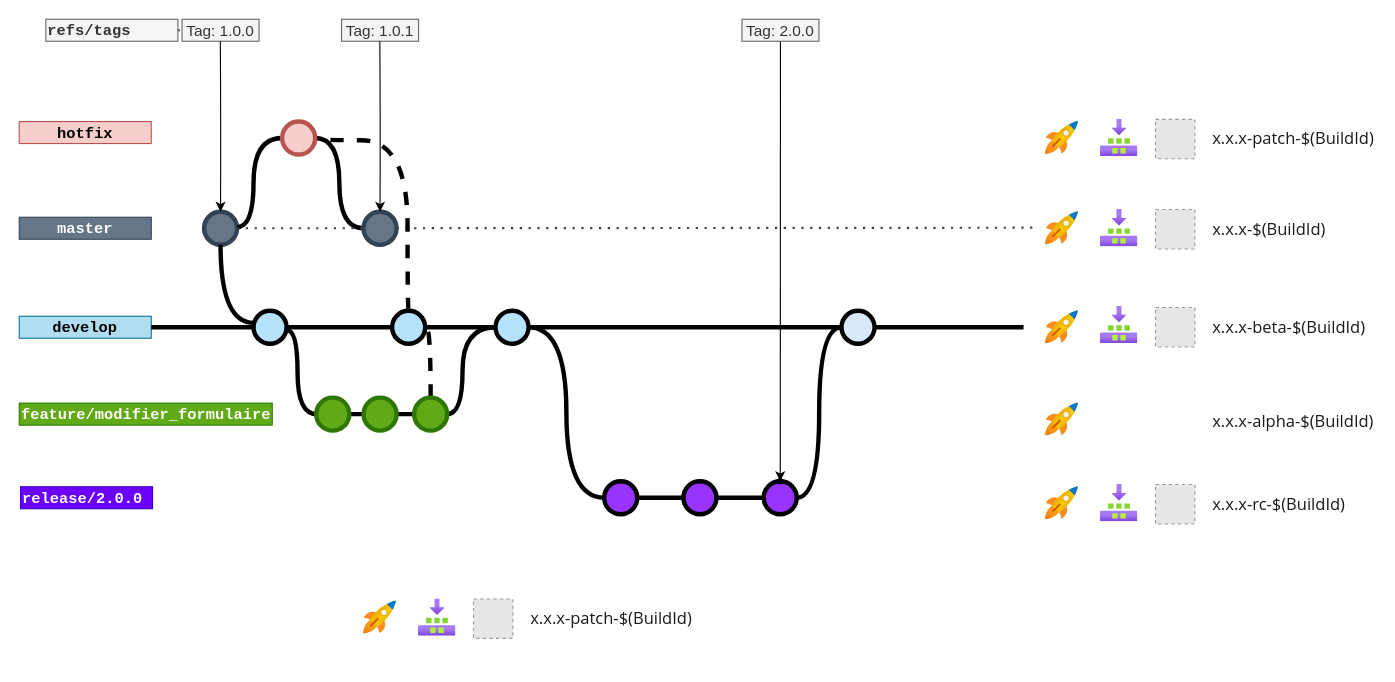
Earlier version of the draw.io diagram page "Interaction lfow-pipeline" (2 of 6) of BP_SAC_gitflow.drawio (jmrablat/GITFLOW-BP-SAC). Source tidied: cells renumbered, new cells numbered last; positions are measured from the earlier drawing's top-left corner, leaving out a move shared by most shapes. Both pictures are drawn from the tidied source at 110%, with x=0, y=0 at pixel (19, 19). Pictures stored in the file or linked from it are replaced by grey dashed boxes.
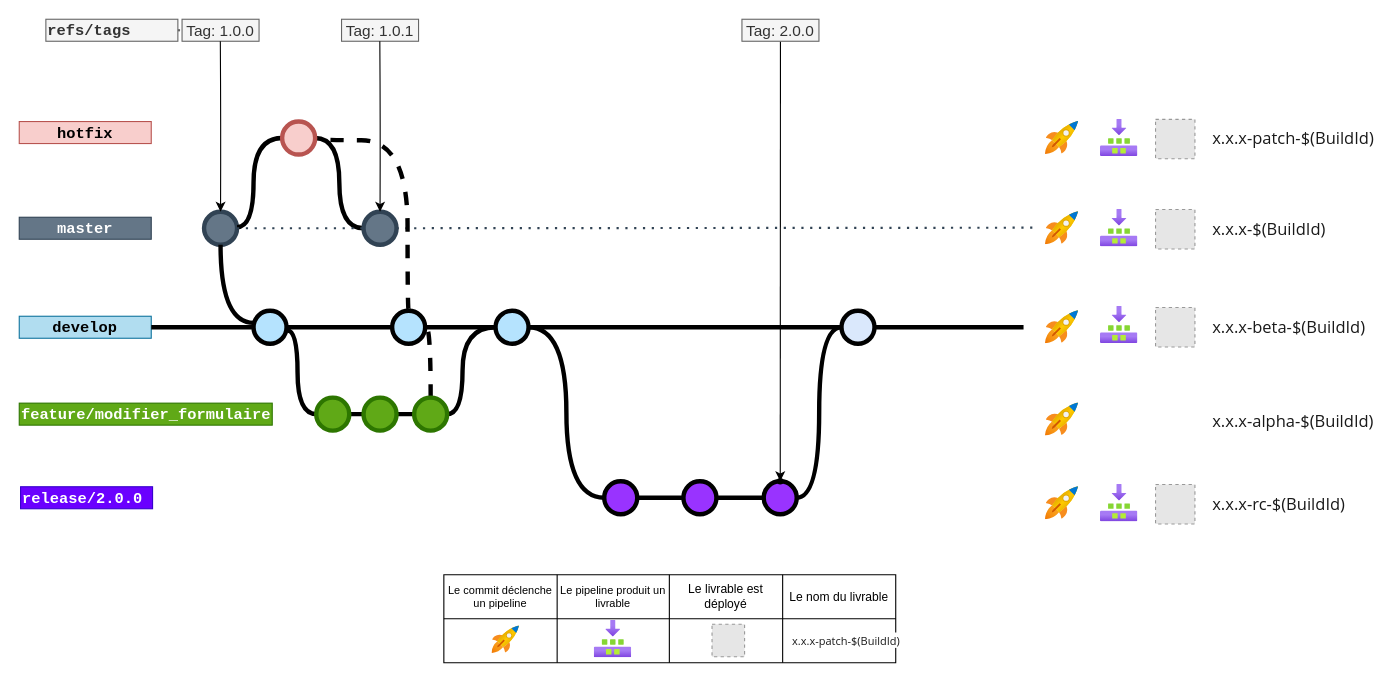
The same page after the edit.

Commit message:
ajout hotfix et événements pipeline

Change to the diagram source:
```diff
@@
+    <mxCell id="70" style="shape=table;startSize=0;childLayout=tableLayout;" parent="1" vertex="1">
+      <mxGeometry x="386" y="505" width="410.8" height="80" as="geometry" />
+    </mxCell>
+    <mxCell id="71" style="shape=tableRow;horizontal=0;startSize=0;swimlaneHead=0;swimlaneBody=0;strokeColor=inherit;top=0;left=0;bottom=0;right=0;fillColor=none;" parent="70" vertex="1">
+      <mxGeometry width="410.8" height="40" as="geometry" />
+    </mxCell>
+    <mxCell id="72" value="Le commit déclenche un pipeline" style="shape=partialRectangle;html=1;whiteSpace=wrap;strokeColor=inherit;overflow=hidden;fillColor=none;top=0;left=0;bottom=0;right=0;fontSize=10;" parent="71" vertex="1">
+      <mxGeometry width="103" height="40" as="geometry" />
+    </mxCell>
+    <mxCell id="73" value="Le pipeline produit un livrable" style="shape=partialRectangle;html=1;whiteSpace=wrap;strokeColor=inherit;overflow=hidden;fillColor=none;top=0;left=0;bottom=0;right=0;fontSize=10;" parent="71" vertex="1">
+      <mxGeometry x="103" width="102" height="40" as="geometry" />
+    </mxCell>
+    <mxCell id="74" value="Le livrable est déployé" style="shape=partialRectangle;html=1;whiteSpace=wrap;strokeColor=inherit;overflow=hidden;fillColor=none;top=0;left=0;bottom=0;right=0;fontSize=11;" parent="71" vertex="1">
+      <mxGeometry x="205" width="103" height="40" as="geometry" />
+    </mxCell>
+    <mxCell id="75" value="Le nom du livrable" style="shape=partialRectangle;html=1;whiteSpace=wrap;strokeColor=inherit;overflow=hidden;fillColor=none;top=0;left=0;bottom=0;right=0;fontSize=11;" parent="71" vertex="1">
+      <mxGeometry x="308" width="103" height="40" as="geometry" />
+    </mxCell>
+    <mxCell id="76" style="shape=tableRow;horizontal=0;startSize=0;swimlaneHead=0;swimlaneBody=0;strokeColor=inherit;top=0;left=0;bottom=0;right=0;fillColor=none;" parent="70" vertex="1">
+      <mxGeometry y="40" width="410.8" height="40" as="geometry" />
+    </mxCell>
+    <mxCell id="77" style="shape=partialRectangle;html=1;whiteSpace=wrap;strokeColor=inherit;overflow=hidden;fillColor=none;top=0;left=0;bottom=0;right=0;" parent="76" vertex="1">
+      <mxGeometry width="103" height="40" as="geometry" />
+    </mxCell>
+    <mxCell id="78" style="shape=partialRectangle;html=1;whiteSpace=wrap;strokeColor=inherit;overflow=hidden;fillColor=none;top=0;left=0;bottom=0;right=0;" parent="76" vertex="1">
+      <mxGeometry x="103" width="102" height="40" as="geometry" />
+    </mxCell>
+    <mxCell id="79" style="shape=partialRectangle;html=1;whiteSpace=wrap;strokeColor=inherit;overflow=hidden;fillColor=none;top=0;left=0;bottom=0;right=0;" parent="76" vertex="1">
+      <mxGeometry x="205" width="103" height="40" as="geometry" />
+    </mxCell>
+    <mxCell id="80" style="shape=partialRectangle;html=1;whiteSpace=wrap;strokeColor=inherit;overflow=hidden;fillColor=none;top=0;left=0;bottom=0;right=0;" parent="76" vertex="1">
+      <mxGeometry x="308" width="103" height="40" as="geometry" />
+    </mxCell>
@@
     <mxCell id="66" style="html=1;align=center;image;fontSize=12;image=img/lib/azure2/general/Quickstart_Center.svg;dashed=1;fontColor=#FF8000;" parent="1" vertex="1">
-      <mxGeometry x="313" y="529" width="30" height="30" as="geometry" />
+      <mxGeometry x="429.8" y="551.6" width="25" height="25" as="geometry" />
     </mxCell>
     <mxCell id="67" style="html=1;align=center;image;fontSize=12;image=img/lib/azure2/general/Builds.svg;dashed=1;fontColor=#FF8000;" parent="1" vertex="1">
-      <mxGeometry x="363" y="527" width="34" height="34" as="geometry" />
+      <mxGeometry x="522.8" y="546.6" width="34" height="34" as="geometry" />
     </mxCell>
     <mxCell id="68" style="fillColor=#E6E6E6;strokeColor=#999999;dashed=1;verticalLabelPosition=bottom;verticalAlign=top;fontColor=#FF8000;" parent="1" vertex="1">
-      <mxGeometry x="413" y="527" width="35.8" height="35.8" as="geometry" />
+      <mxGeometry x="629.8" y="550" width="29.6" height="29.6" as="geometry" />
     </mxCell>
-    <mxCell id="69" value="&lt;span style=&quot;color: rgba(0, 0, 0, 0.9); font-family: &amp;quot;Segoe UI&amp;quot;, -apple-system, BlinkMacSystemFont, Roboto, &amp;quot;Helvetica Neue&amp;quot;, Helvetica, Ubuntu, Arial, sans-serif, &amp;quot;Apple Color Emoji&amp;quot;, &amp;quot;Segoe UI Emoji&amp;quot;, &amp;quot;Segoe UI Symbol&amp;quot;; font-size: 15px; font-style: normal; font-variant-ligatures: normal; font-variant-caps: normal; font-weight: 400; letter-spacing: normal; orphans: 2; text-align: left; text-indent: 0px; text-transform: none; widows: 2; word-spacing: 0px; -webkit-text-stroke-width: 0px; white-space: normal; background-color: rgb(255, 255, 255); text-decoration-thickness: initial; text-decoration-style: initial; text-decoration-color: initial; display: inline !important; float: none;&quot;&gt;x.x.x-patch-$(BuildId)&lt;/span&gt;" style="text;whiteSpace=wrap;html=1;" parent="1" vertex="1">
-      <mxGeometry x="463" y="528" width="150" height="31" as="geometry" />
+    <mxCell id="69" value="&lt;span style=&quot;color: rgba(0, 0, 0, 0.9); font-family: &amp;quot;Segoe UI&amp;quot;, -apple-system, BlinkMacSystemFont, Roboto, &amp;quot;Helvetica Neue&amp;quot;, Helvetica, Ubuntu, Arial, sans-serif, &amp;quot;Apple Color Emoji&amp;quot;, &amp;quot;Segoe UI Emoji&amp;quot;, &amp;quot;Segoe UI Symbol&amp;quot;; font-size: 10px; font-style: normal; font-variant-ligatures: normal; font-variant-caps: normal; font-weight: 400; letter-spacing: normal; orphans: 2; text-align: left; text-indent: 0px; text-transform: none; widows: 2; word-spacing: 0px; -webkit-text-stroke-width: 0px; white-space: normal; background-color: rgb(255, 255, 255); text-decoration-thickness: initial; text-decoration-style: initial; text-decoration-color: initial; float: none; display: inline !important;&quot;&gt;x.x.x-patch-$(BuildId)&lt;/span&gt;" style="text;whiteSpace=wrap;html=1;fontSize=10;" parent="1" vertex="1">
+      <mxGeometry x="700.5" y="551.6" width="110" height="21.5" as="geometry" />
     </mxCell>
```
